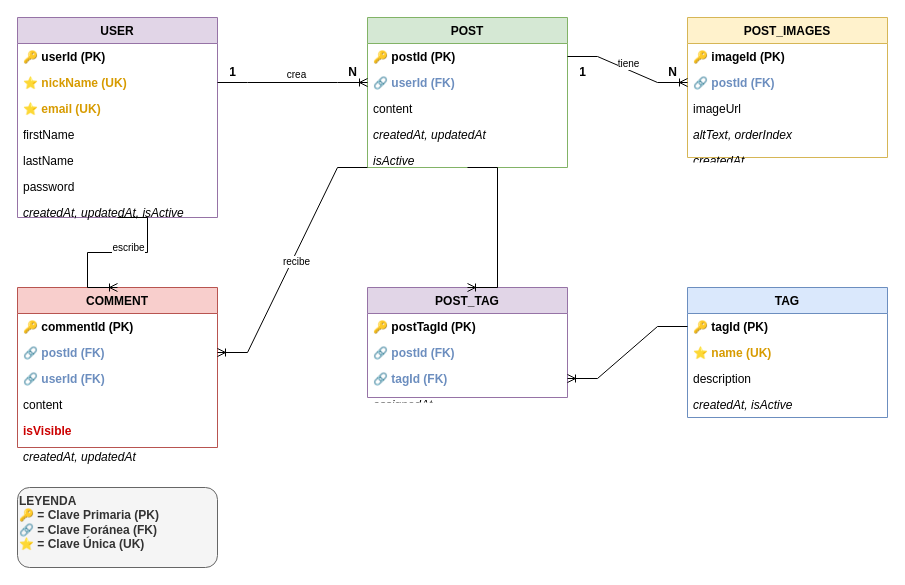
Before: DERTP1EP.drawio in EP-UnaHur-2025C2/anti-social-relational-grupo6, a draw.io diagram. Source tidied: cells renumbered, new cells numbered last; positions are measured from the earlier drawing's top-left corner, leaving out a move shared by most shapes. Both pictures are drawn from the tidied source at 100%, with x=0, y=0 at pixel (17, 17).
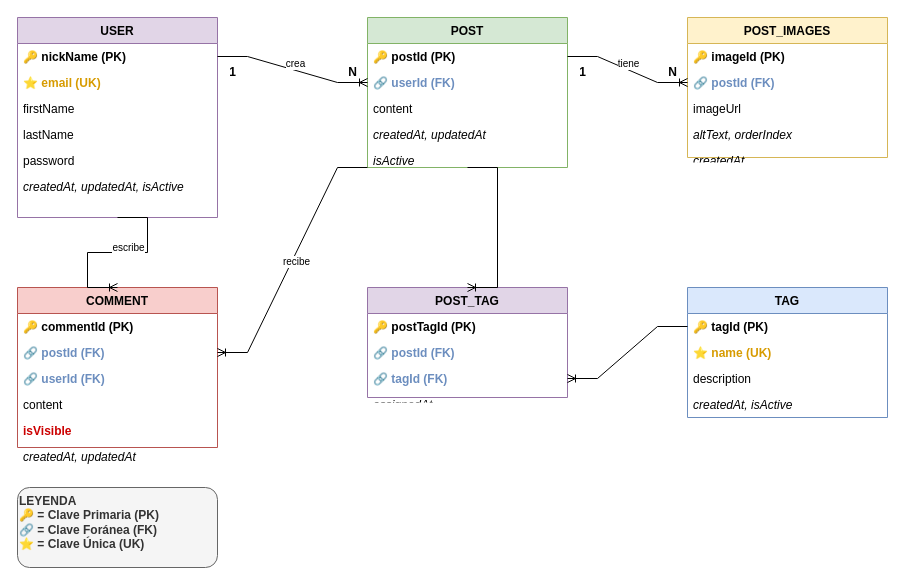
After the change.

The change refers to these unchanged cells:
```xml
<mxCell id="2" value="USER" style="swimlane;fontStyle=1;align=center;verticalAlign=top;horizontal=1;startSize=26;rounded=0;shadow=0;strokeWidth=1;fillColor=#e1d5e7;strokeColor=#9673a6;" parent="1" vertex="1">
  <mxGeometry width="200" height="200" as="geometry" />
</mxCell>
```

What changed in the source:
```diff
@@
-    <mxCell id="3" value="🔑 userId (PK)" style="text;align=left;verticalAlign=top;spacingLeft=4;spacingRight=4;overflow=hidden;fontStyle=1;" parent="2" vertex="1">
-      <mxGeometry y="26" width="200" height="26" as="geometry" />
-    </mxCell>
-    <mxCell id="4" value="⭐ nickName (UK)" style="text;align=left;verticalAlign=top;spacingLeft=4;spacingRight=4;overflow=hidden;points=[[0,0.5],[1,0.5]];portConstraint=eastwest;fontStyle=1;fontColor=#d79b00;" parent="2" vertex="1">
-      <mxGeometry y="52" width="200" height="26" as="geometry" />
+    <mxCell id="4" value="🔑 nickName (PK)" style="text;align=left;verticalAlign=top;spacingLeft=4;spacingRight=4;overflow=hidden;points=[[0,0.5],[1,0.5]];portConstraint=eastwest;fontStyle=1;fontColor=#000000;" parent="2" vertex="1">
+      <mxGeometry y="26" width="200" height="26" as="geometry" />
     </mxCell>
     <mxCell id="5" value="⭐ email (UK)" style="text;align=left;verticalAlign=top;spacingLeft=4;spacingRight=4;overflow=hidden;fontStyle=1;fontColor=#d79b00;" parent="2" vertex="1">
-      <mxGeometry y="78" width="200" height="26" as="geometry" />
+      <mxGeometry y="52" width="200" height="26" as="geometry" />
     </mxCell>
     <mxCell id="6" value="firstName" style="text;align=left;verticalAlign=top;spacingLeft=4;spacingRight=4;overflow=hidden;" parent="2" vertex="1">
-      <mxGeometry y="104" width="200" height="26" as="geometry" />
+      <mxGeometry y="78" width="200" height="26" as="geometry" />
     </mxCell>
     <mxCell id="7" value="lastName" style="text;align=left;verticalAlign=top;spacingLeft=4;spacingRight=4;overflow=hidden;" parent="2" vertex="1">
-      <mxGeometry y="130" width="200" height="26" as="geometry" />
+      <mxGeometry y="104" width="200" height="26" as="geometry" />
     </mxCell>
     <mxCell id="8" value="password" style="text;align=left;verticalAlign=top;spacingLeft=4;spacingRight=4;overflow=hidden;" parent="2" vertex="1">
-      <mxGeometry y="156" width="200" height="26" as="geometry" />
+      <mxGeometry y="130" width="200" height="26" as="geometry" />
     </mxCell>
     <mxCell id="9" value="createdAt, updatedAt, isActive" style="text;align=left;verticalAlign=top;spacingLeft=4;spacingRight=4;overflow=hidden;fontStyle=2;" parent="2" vertex="1">
-      <mxGeometry y="182" width="200" height="18" as="geometry" />
+      <mxGeometry y="156" width="200" height="18" as="geometry" />
     </mxCell>
```
